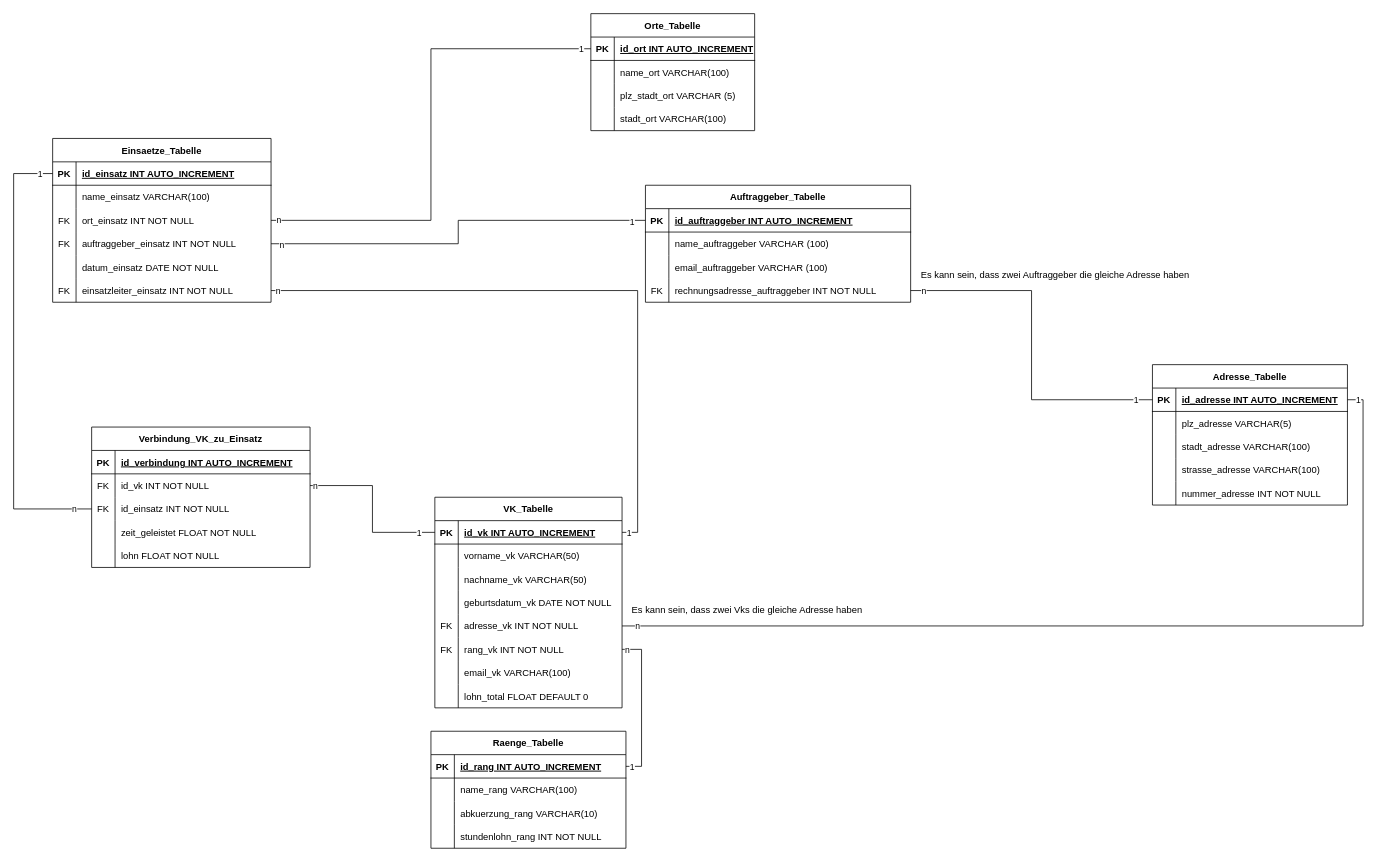
Above: ERM_Datenbank.drawio in CMSuisse/ef5-Datenbank-Projekt (draw.io), before the change. Source tidied: cells renumbered, new cells numbered last; positions are measured from the earlier drawing's top-left corner, leaving out a move shared by most shapes. Both pictures are drawn from the tidied source at 78%, with x=0, y=0 at pixel (13, 13).
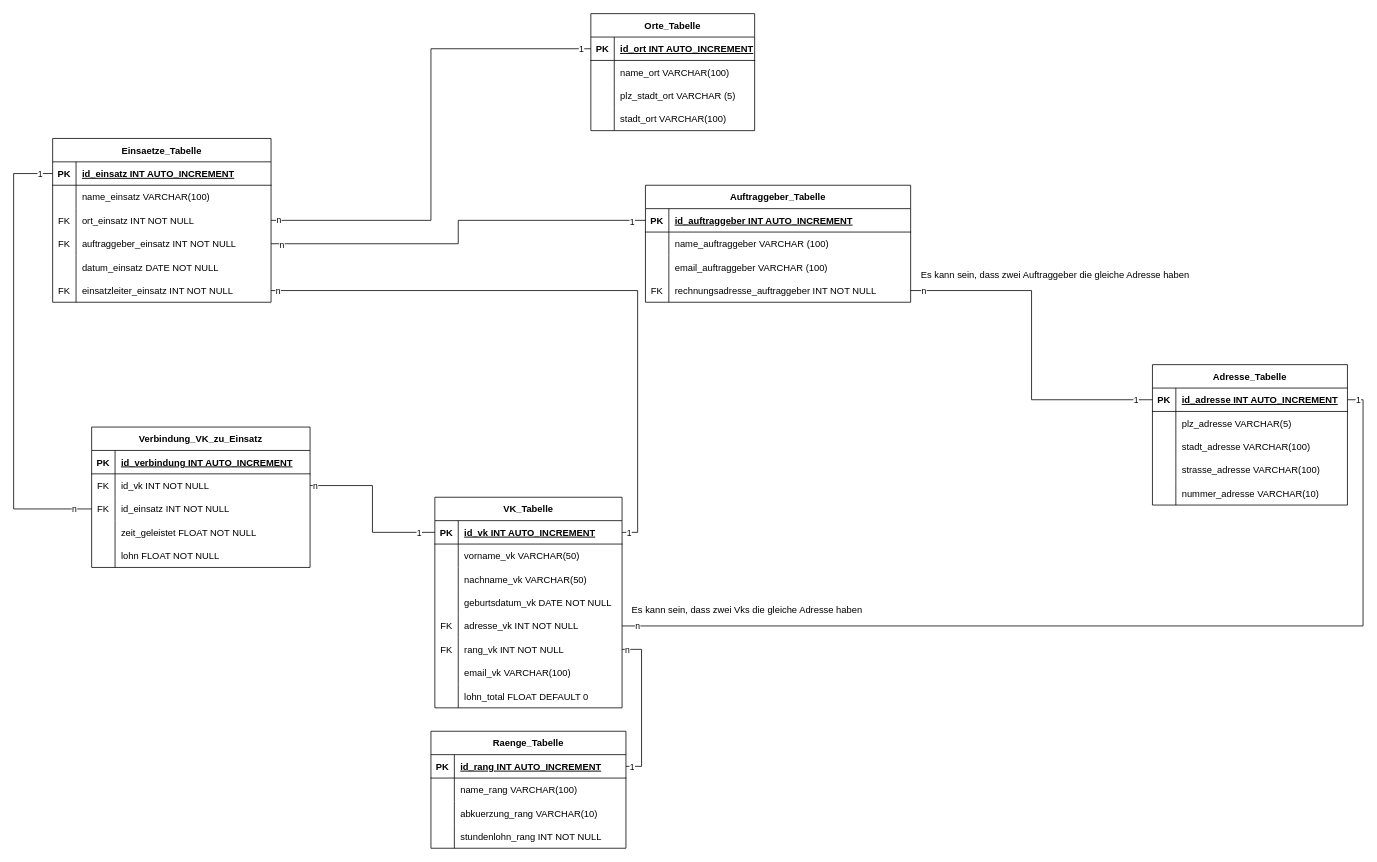
The same page after the edit.

The change refers to these unchanged cells:
```xml
<mxCell id="66" style="shape=tableRow;horizontal=0;startSize=0;swimlaneHead=0;swimlaneBody=0;fillColor=none;top=0;left=0;right=0;bottom=0;" parent="53" vertex="1">
  <mxGeometry y="150" width="250" height="30" as="geometry" />
</mxCell>
```

The edit, as a diff of the source:
```diff
@@
-    <mxCell id="68" value="nummer_adresse INT NOT NULL" style="shape=partialRectangle;fillColor=none;top=0;left=0;bottom=0;right=0;align=left;spacingLeft=6;overflow=hidden;" parent="66" vertex="1">
+    <mxCell id="68" value="nummer_adresse VARCHAR(10)" style="shape=partialRectangle;fillColor=none;top=0;left=0;bottom=0;right=0;align=left;spacingLeft=6;overflow=hidden;" parent="66" vertex="1">
       <mxGeometry x="30" width="220" height="30" as="geometry" />
     </mxCell>
```
